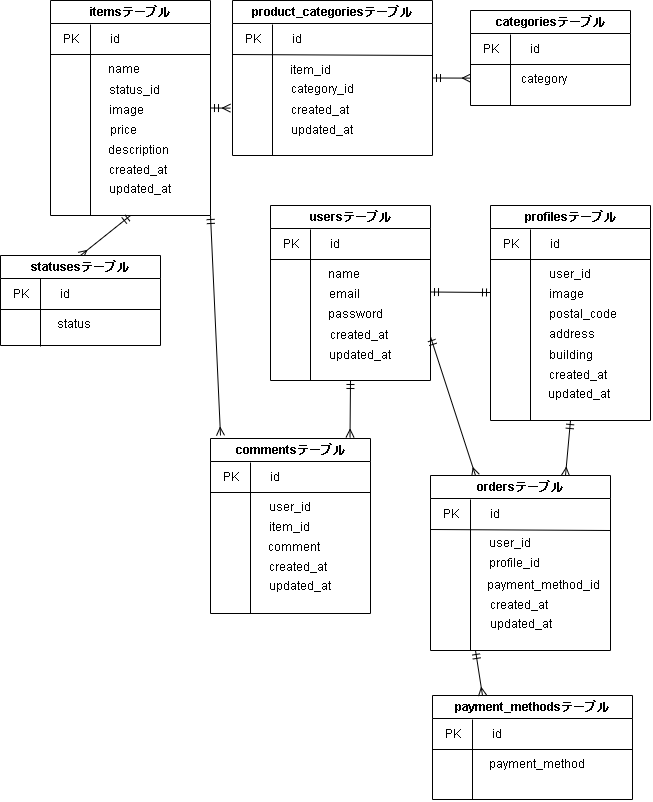
The draw.io diagram index.drawio.png in sakura693/marketplace, before a commit. Source tidied: cells renumbered, new cells last; positions are measured from the earlier drawing's top-left corner, leaving out a move shared by most shapes.
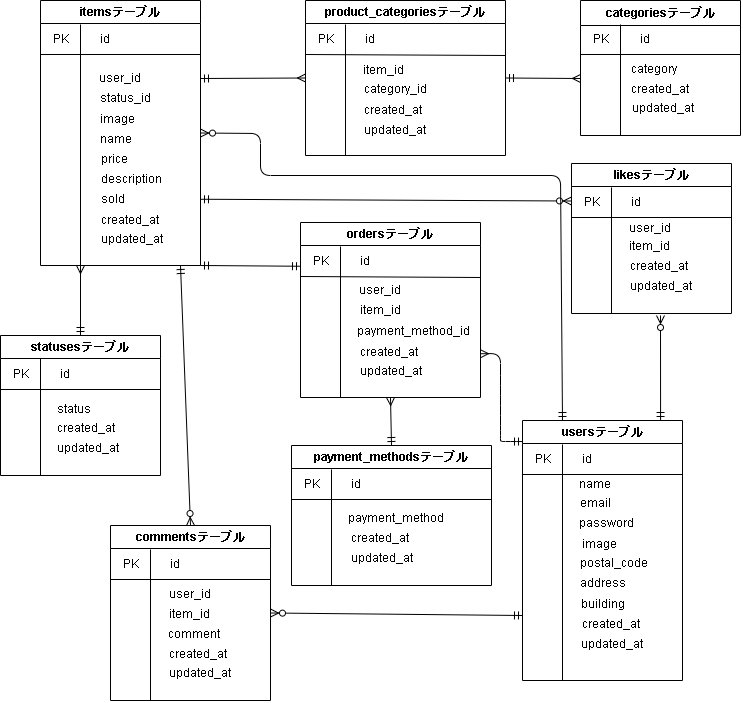
After the commit.

The edit, as a diff of the source:
```diff
@@ -4,9 +4,8 @@
     <mxCell id="1" parent="0" />
-    <mxCell id="2" style="edgeStyle=none;html=1;exitX=1;exitY=0.5;exitDx=0;exitDy=0;startArrow=ERmandOne;startFill=0;endArrow=ERmandOne;endFill=0;" parent="1" edge="1">
+    <mxCell id="2" style="edgeStyle=none;html=1;startArrow=ERmandOne;startFill=0;endArrow=ERzeroToMany;endFill=0;exitX=0.863;exitY=0;exitDx=0;exitDy=0;exitPerimeter=0;" parent="1" edge="1" source="4">
       <mxGeometry relative="1" as="geometry">
-        <mxPoint x="430" y="291.5" as="sourcePoint" />
-        <mxPoint x="490" y="292" as="targetPoint" />
+        <mxPoint x="670" y="315" as="targetPoint" />
       </mxGeometry>
     </mxCell>
-    <mxCell id="3" style="edgeStyle=none;html=1;exitX=0.5;exitY=1;exitDx=0;exitDy=0;entryX=0.872;entryY=-0.006;entryDx=0;entryDy=0;startArrow=ERmandOne;startFill=0;endArrow=ERmany;endFill=0;entryPerimeter=0;" parent="1" edge="1" source="4" target="72">
+    <mxCell id="3" style="edgeStyle=none;html=1;exitX=0;exitY=0.75;exitDx=0;exitDy=0;entryX=1;entryY=0.5;entryDx=0;entryDy=0;startArrow=ERmandOne;startFill=0;endArrow=ERzeroToMany;endFill=0;" parent="1" edge="1" source="4" target="72">
       <mxGeometry relative="1" as="geometry" />
@@ -14,3 +13,3 @@
     <mxCell id="4" value="usersテーブル" style="swimlane;whiteSpace=wrap;html=1;" parent="1" vertex="1">
-      <mxGeometry x="270" y="205" width="160" height="175" as="geometry" />
+      <mxGeometry x="532" y="420" width="160" height="260" as="geometry" />
     </mxCell>
@@ -23,3 +22,3 @@
     <mxCell id="7" value="name" style="text;html=1;strokeColor=none;fillColor=none;align=center;verticalAlign=middle;whiteSpace=wrap;rounded=0;" parent="4" vertex="1">
-      <mxGeometry x="60" y="59" width="28" height="20" as="geometry" />
+      <mxGeometry x="59" y="54" width="28" height="20" as="geometry" />
     </mxCell>
@@ -31,5 +30,4 @@
     </mxCell>
-    <mxCell id="9" style="endArrow=none;html=1;" parent="4" edge="1">
+    <mxCell id="9" style="endArrow=none;html=1;exitX=0.25;exitY=1;exitDx=0;exitDy=0;" parent="4" edge="1" source="4">
       <mxGeometry relative="1" as="geometry">
-        <mxPoint x="40" y="175" as="sourcePoint" />
         <mxPoint x="40" y="24" as="targetPoint" />
@@ -38,15 +36,27 @@
     <mxCell id="10" value="created_at" style="text;html=1;strokeColor=none;fillColor=none;align=center;verticalAlign=middle;whiteSpace=wrap;rounded=0;" parent="4" vertex="1">
-      <mxGeometry x="63" y="120" width="52" height="20" as="geometry" />
+      <mxGeometry x="63" y="194" width="52" height="20" as="geometry" />
     </mxCell>
     <mxCell id="11" value="updated_at" style="text;html=1;strokeColor=none;fillColor=none;align=center;verticalAlign=middle;whiteSpace=wrap;rounded=0;" parent="4" vertex="1">
-      <mxGeometry x="60" y="140" width="60" height="20" as="geometry" />
+      <mxGeometry x="60" y="214" width="60" height="20" as="geometry" />
     </mxCell>
     <mxCell id="12" value="password" style="text;html=1;strokeColor=none;fillColor=none;align=center;verticalAlign=middle;whiteSpace=wrap;rounded=0;" parent="4" vertex="1">
-      <mxGeometry x="60" y="99" width="50" height="20" as="geometry" />
+      <mxGeometry x="59" y="93" width="50" height="20" as="geometry" />
     </mxCell>
     <mxCell id="13" value="email" style="text;html=1;strokeColor=none;fillColor=none;align=center;verticalAlign=middle;whiteSpace=wrap;rounded=0;" parent="4" vertex="1">
-      <mxGeometry x="59" y="84" width="30" height="10" as="geometry" />
+      <mxGeometry x="57.5" y="78" width="30" height="10" as="geometry" />
     </mxCell>
+    <mxCell id="23" value="image" style="text;html=1;strokeColor=none;fillColor=none;align=center;verticalAlign=middle;whiteSpace=wrap;rounded=0;" parent="4" vertex="1">
+      <mxGeometry x="62" y="119" width="30" height="10" as="geometry" />
+    </mxCell>
+    <mxCell id="22" value="postal_code" style="text;html=1;strokeColor=none;fillColor=none;align=center;verticalAlign=middle;whiteSpace=wrap;rounded=0;" parent="4" vertex="1">
+      <mxGeometry x="57" y="133" width="70" height="20" as="geometry" />
+    </mxCell>
+    <mxCell id="24" value="address" style="text;html=1;strokeColor=none;fillColor=none;align=center;verticalAlign=middle;whiteSpace=wrap;rounded=0;" parent="4" vertex="1">
+      <mxGeometry x="56.5" y="155" width="47" height="15" as="geometry" />
+    </mxCell>
+    <mxCell id="25" value="building" style="text;html=1;strokeColor=none;fillColor=none;align=center;verticalAlign=middle;whiteSpace=wrap;rounded=0;" parent="4" vertex="1">
+      <mxGeometry x="57.5" y="174" width="45" height="20" as="geometry" />
+    </mxCell>
-    <mxCell id="14" value="profilesテーブル" style="swimlane;whiteSpace=wrap;html=1;" parent="1" vertex="1">
-      <mxGeometry x="490" y="205" width="160" height="215" as="geometry" />
+    <mxCell id="14" value="likesテーブル" style="swimlane;whiteSpace=wrap;html=1;" parent="1" vertex="1">
+      <mxGeometry x="581" y="163" width="160" height="150" as="geometry" />
     </mxCell>
@@ -59,3 +69,3 @@
     <mxCell id="17" value="user_id" style="text;html=1;strokeColor=none;fillColor=none;align=center;verticalAlign=middle;whiteSpace=wrap;rounded=0;" parent="14" vertex="1">
-      <mxGeometry x="60" y="59" width="40" height="20" as="geometry" />
+      <mxGeometry x="59" y="55" width="40" height="20" as="geometry" />
     </mxCell>
@@ -73,34 +83,37 @@
     <mxCell id="20" value="created_at" style="text;html=1;strokeColor=none;fillColor=none;align=center;verticalAlign=middle;whiteSpace=wrap;rounded=0;" parent="14" vertex="1">
-      <mxGeometry x="64" y="162" width="47" height="15" as="geometry" />
+      <mxGeometry x="64" y="95" width="47" height="15" as="geometry" />
     </mxCell>
     <mxCell id="21" value="updated_at" style="text;html=1;strokeColor=none;fillColor=none;align=center;verticalAlign=middle;whiteSpace=wrap;rounded=0;" parent="14" vertex="1">
-      <mxGeometry x="59" y="179" width="60" height="20" as="geometry" />
+      <mxGeometry x="60" y="113" width="60" height="20" as="geometry" />
     </mxCell>
-    <mxCell id="22" value="postal_code" style="text;html=1;strokeColor=none;fillColor=none;align=center;verticalAlign=middle;whiteSpace=wrap;rounded=0;" parent="14" vertex="1">
-      <mxGeometry x="58" y="99" width="70" height="20" as="geometry" />
-    </mxCell>
-    <mxCell id="23" value="image" style="text;html=1;strokeColor=none;fillColor=none;align=center;verticalAlign=middle;whiteSpace=wrap;rounded=0;" parent="14" vertex="1">
-      <mxGeometry x="61" y="84" width="30" height="10" as="geometry" />
-    </mxCell>
-    <mxCell id="24" value="address" style="text;html=1;strokeColor=none;fillColor=none;align=center;verticalAlign=middle;whiteSpace=wrap;rounded=0;" parent="14" vertex="1">
-      <mxGeometry x="58" y="121" width="47" height="15" as="geometry" />
-    </mxCell>
-    <mxCell id="25" value="building" style="text;html=1;strokeColor=none;fillColor=none;align=center;verticalAlign=middle;whiteSpace=wrap;rounded=0;" parent="14" vertex="1">
-      <mxGeometry x="58" y="140" width="45" height="20" as="geometry" />
-    </mxCell>
+    <mxCell id="92" value="item_id" style="text;html=1;strokeColor=none;fillColor=none;align=center;verticalAlign=middle;whiteSpace=wrap;rounded=0;" parent="14" vertex="1">
+      <mxGeometry x="58" y="73" width="40" height="20" as="geometry" />
+    </mxCell>
-    <mxCell id="26" style="edgeStyle=none;html=1;exitX=1;exitY=0.5;exitDx=0;exitDy=0;startArrow=ERmandOne;startFill=0;endArrow=ERmany;endFill=0;" parent="1" edge="1" source="29">
+    <mxCell id="26" style="edgeStyle=none;html=1;startArrow=ERmandOne;startFill=0;endArrow=ERmany;endFill=0;entryX=0;entryY=0.5;entryDx=0;entryDy=0;" parent="1" edge="1" target="83">
       <mxGeometry relative="1" as="geometry">
-        <mxPoint x="230" y="107.6" as="targetPoint" />
+        <mxPoint x="210" y="78" as="sourcePoint" />
       </mxGeometry>
     </mxCell>
-    <mxCell id="27" style="edgeStyle=none;html=1;exitX=0.5;exitY=1;exitDx=0;exitDy=0;entryX=0.5;entryY=0;entryDx=0;entryDy=0;startArrow=ERmandOne;startFill=0;endArrow=ERmany;endFill=0;" parent="1" edge="1" source="29" target="53">
+    <mxCell id="27" style="edgeStyle=none;html=1;entryX=0.5;entryY=0;entryDx=0;entryDy=0;startArrow=ERmany;startFill=0;endArrow=ERmandOne;endFill=0;exitX=0.25;exitY=1;exitDx=0;exitDy=0;" parent="1" edge="1" source="29" target="53">
       <mxGeometry relative="1" as="geometry" />
     </mxCell>
-    <mxCell id="28" style="edgeStyle=none;html=1;exitX=1;exitY=1;exitDx=0;exitDy=0;startArrow=ERmandOne;startFill=0;endArrow=ERmany;endFill=0;" parent="1" edge="1" source="29">
+    <mxCell id="28" style="edgeStyle=none;html=1;startArrow=ERmandOne;startFill=0;endArrow=ERzeroToMany;endFill=0;entryX=0.5;entryY=0;entryDx=0;entryDy=0;" parent="1" edge="1" target="72">
       <mxGeometry relative="1" as="geometry">
-        <mxPoint x="220" y="435" as="targetPoint" />
+        <mxPoint x="190" y="265" as="sourcePoint" />
       </mxGeometry>
     </mxCell>
+    <mxCell id="93" style="edgeStyle=none;html=1;exitX=1;exitY=0.75;exitDx=0;exitDy=0;entryX=0;entryY=0.25;entryDx=0;entryDy=0;startArrow=ERmandOne;startFill=0;endArrow=ERzeroToMany;endFill=0;" parent="1" edge="1" source="29" target="14">
+      <mxGeometry relative="1" as="geometry" />
+    </mxCell>
+    <mxCell id="94" style="edgeStyle=none;html=1;exitX=1;exitY=0.5;exitDx=0;exitDy=0;entryX=0.25;entryY=0;entryDx=0;entryDy=0;startArrow=ERzeroToMany;startFill=0;endArrow=ERmandOne;endFill=0;" parent="1" edge="1" source="29" target="4">
+      <mxGeometry relative="1" as="geometry">
+        <Array as="points">
+          <mxPoint x="270" y="133" />
+          <mxPoint x="270" y="175" />
+          <mxPoint x="570" y="175" />
+        </Array>
+      </mxGeometry>
+    </mxCell>
     <mxCell id="29" value="itemsテーブル" style="swimlane;whiteSpace=wrap;html=1;" parent="1" vertex="1">
-      <mxGeometry x="50" width="160" height="215" as="geometry" />
+      <mxGeometry x="50" width="160" height="265" as="geometry" />
     </mxCell>
@@ -113,3 +126,3 @@
     <mxCell id="32" value="name" style="text;html=1;strokeColor=none;fillColor=none;align=center;verticalAlign=middle;whiteSpace=wrap;rounded=0;" parent="29" vertex="1">
-      <mxGeometry x="60" y="59" width="28" height="20" as="geometry" />
+      <mxGeometry x="62" y="129" width="28" height="20" as="geometry" />
     </mxCell>
@@ -127,21 +140,27 @@
     <mxCell id="35" value="created_at" style="text;html=1;strokeColor=none;fillColor=none;align=center;verticalAlign=middle;whiteSpace=wrap;rounded=0;" parent="29" vertex="1">
-      <mxGeometry x="62" y="160" width="52" height="20" as="geometry" />
+      <mxGeometry x="64" y="210" width="52" height="20" as="geometry" />
     </mxCell>
     <mxCell id="36" value="updated_at" style="text;html=1;strokeColor=none;fillColor=none;align=center;verticalAlign=middle;whiteSpace=wrap;rounded=0;" parent="29" vertex="1">
-      <mxGeometry x="60" y="178.5" width="60" height="20" as="geometry" />
+      <mxGeometry x="62" y="228.5" width="60" height="20" as="geometry" />
     </mxCell>
     <mxCell id="37" value="description" style="text;html=1;strokeColor=none;fillColor=none;align=center;verticalAlign=middle;whiteSpace=wrap;rounded=0;" parent="29" vertex="1">
-      <mxGeometry x="63" y="140" width="50" height="20" as="geometry" />
+      <mxGeometry x="66" y="169" width="50" height="20" as="geometry" />
     </mxCell>
     <mxCell id="38" value="price" style="text;html=1;strokeColor=none;fillColor=none;align=center;verticalAlign=middle;whiteSpace=wrap;rounded=0;" parent="29" vertex="1">
-      <mxGeometry x="58" y="125" width="30" height="10" as="geometry" />
+      <mxGeometry x="59" y="154" width="30" height="10" as="geometry" />
     </mxCell>
     <mxCell id="39" value="status_id" style="text;html=1;strokeColor=none;fillColor=none;align=center;verticalAlign=middle;whiteSpace=wrap;rounded=0;" parent="29" vertex="1">
-      <mxGeometry x="59" y="80" width="50" height="20" as="geometry" />
+      <mxGeometry x="60" y="88" width="50" height="20" as="geometry" />
     </mxCell>
     <mxCell id="40" value="image" style="text;html=1;strokeColor=none;fillColor=none;align=center;verticalAlign=middle;whiteSpace=wrap;rounded=0;" parent="29" vertex="1">
-      <mxGeometry x="61" y="105" width="30" height="10" as="geometry" />
+      <mxGeometry x="62" y="114" width="30" height="10" as="geometry" />
     </mxCell>
+    <mxCell id="95" value="user_id" style="text;html=1;strokeColor=none;fillColor=none;align=center;verticalAlign=middle;whiteSpace=wrap;rounded=0;" parent="29" vertex="1">
+      <mxGeometry x="60" y="68" width="40" height="20" as="geometry" />
+    </mxCell>
+    <mxCell id="96" value="sold" style="text;html=1;strokeColor=none;fillColor=none;align=center;verticalAlign=middle;whiteSpace=wrap;rounded=0;" parent="29" vertex="1">
+      <mxGeometry x="63" y="189" width="20" height="20" as="geometry" />
+    </mxCell>
-    <mxCell id="41" value="categoriesテーブル" style="swimlane;whiteSpace=wrap;html=1;" parent="1" vertex="1">
-      <mxGeometry x="470" y="10" width="160" height="95" as="geometry" />
+    <mxCell id="41" value="categoriesテーブル" style="swimlane;whiteSpace=wrap;html=1;startSize=25;" parent="1" vertex="1">
+      <mxGeometry x="590" width="160" height="135" as="geometry" />
     </mxCell>
@@ -162,5 +181,4 @@
     </mxCell>
-    <mxCell id="46" style="endArrow=none;html=1;" parent="41" edge="1">
+    <mxCell id="46" style="endArrow=none;html=1;exitX=0.25;exitY=1;exitDx=0;exitDy=0;" parent="41" edge="1" source="41">
       <mxGeometry relative="1" as="geometry">
-        <mxPoint x="40" y="95" as="sourcePoint" />
         <mxPoint x="40" y="24" as="targetPoint" />
@@ -168,4 +186,10 @@
     </mxCell>
+    <mxCell id="97" value="updated_at" style="text;html=1;strokeColor=none;fillColor=none;align=center;verticalAlign=middle;whiteSpace=wrap;rounded=0;" parent="41" vertex="1">
+      <mxGeometry x="53" y="94" width="60" height="28" as="geometry" />
+    </mxCell>
+    <mxCell id="98" value="created_at" style="text;html=1;strokeColor=none;fillColor=none;align=center;verticalAlign=middle;whiteSpace=wrap;rounded=0;" parent="41" vertex="1">
+      <mxGeometry x="55.5" y="81" width="47" height="15" as="geometry" />
+    </mxCell>
     <mxCell id="47" value="payment_methodsテーブル" style="swimlane;whiteSpace=wrap;html=1;" parent="1" vertex="1">
-      <mxGeometry x="432" y="695" width="200" height="104" as="geometry" />
+      <mxGeometry x="301" y="445" width="200" height="140" as="geometry" />
     </mxCell>
@@ -178,3 +202,3 @@
     <mxCell id="50" value="payment_method" style="text;html=1;strokeColor=none;fillColor=none;align=center;verticalAlign=middle;whiteSpace=wrap;rounded=0;" parent="47" vertex="1">
-      <mxGeometry x="60" y="59" width="90" height="20" as="geometry" />
+      <mxGeometry x="60" y="63" width="90" height="20" as="geometry" />
     </mxCell>
@@ -188,3 +212,3 @@
       <mxGeometry relative="1" as="geometry">
-        <mxPoint x="40" y="104" as="sourcePoint" />
+        <mxPoint x="40" y="140" as="sourcePoint" />
         <mxPoint x="40" y="24" as="targetPoint" />
@@ -192,4 +216,10 @@
     </mxCell>
+    <mxCell id="99" value="created_at" style="text;html=1;strokeColor=none;fillColor=none;align=center;verticalAlign=middle;whiteSpace=wrap;rounded=0;" parent="47" vertex="1">
+      <mxGeometry x="65" y="85" width="47" height="15" as="geometry" />
+    </mxCell>
+    <mxCell id="100" value="updated_at" style="text;html=1;strokeColor=none;fillColor=none;align=center;verticalAlign=middle;whiteSpace=wrap;rounded=0;" parent="47" vertex="1">
+      <mxGeometry x="61" y="103" width="60" height="20" as="geometry" />
+    </mxCell>
     <mxCell id="53" value="statusesテーブル" style="swimlane;whiteSpace=wrap;html=1;" parent="1" vertex="1">
-      <mxGeometry y="255" width="160" height="90" as="geometry" />
+      <mxGeometry x="10" y="335" width="160" height="140" as="geometry" />
     </mxCell>
@@ -202,3 +232,3 @@
     <mxCell id="56" value="status" style="text;html=1;strokeColor=none;fillColor=none;align=center;verticalAlign=middle;whiteSpace=wrap;rounded=0;" parent="53" vertex="1">
-      <mxGeometry x="60" y="59" width="28" height="20" as="geometry" />
+      <mxGeometry x="60" y="64" width="28" height="20" as="geometry" />
     </mxCell>
@@ -210,5 +240,4 @@
     </mxCell>
-    <mxCell id="58" style="endArrow=none;html=1;" parent="53" edge="1">
+    <mxCell id="58" style="endArrow=none;html=1;exitX=0.25;exitY=1;exitDx=0;exitDy=0;" parent="53" edge="1" source="53">
       <mxGeometry relative="1" as="geometry">
-        <mxPoint x="40" y="91" as="sourcePoint" />
         <mxPoint x="40" y="23" as="targetPoint" />
@@ -216,13 +245,30 @@
     </mxCell>
+    <mxCell id="101" value="created_at" style="text;html=1;strokeColor=none;fillColor=none;align=center;verticalAlign=middle;whiteSpace=wrap;rounded=0;" parent="53" vertex="1">
+      <mxGeometry x="60" y="83" width="52" height="20" as="geometry" />
+    </mxCell>
+    <mxCell id="102" value="updated_at" style="text;html=1;strokeColor=none;fillColor=none;align=center;verticalAlign=middle;whiteSpace=wrap;rounded=0;" parent="53" vertex="1">
+      <mxGeometry x="58" y="103" width="60" height="20" as="geometry" />
+    </mxCell>
-    <mxCell id="59" style="edgeStyle=none;html=1;exitX=0.25;exitY=0;exitDx=0;exitDy=0;entryX=1;entryY=0.75;entryDx=0;entryDy=0;startArrow=ERmany;startFill=0;endArrow=ERmandOne;endFill=0;" parent="1" edge="1" source="62" target="4">
-      <mxGeometry relative="1" as="geometry" />
+    <mxCell id="59" style="edgeStyle=none;html=1;exitX=1;exitY=0.75;exitDx=0;exitDy=0;entryX=0;entryY=0.081;entryDx=0;entryDy=0;startArrow=ERmany;startFill=0;endArrow=ERmandOne;endFill=0;entryPerimeter=0;" parent="1" edge="1" source="62" target="4">
+      <mxGeometry relative="1" as="geometry">
+        <Array as="points">
+          <mxPoint x="510" y="353" />
+          <mxPoint x="510" y="385" />
+          <mxPoint x="510" y="415" />
+          <mxPoint x="510" y="435" />
+          <mxPoint x="510" y="441" />
+          <mxPoint x="520" y="441" />
+        </Array>
+      </mxGeometry>
     </mxCell>
-    <mxCell id="60" style="edgeStyle=none;html=1;exitX=0.75;exitY=0;exitDx=0;exitDy=0;startArrow=ERmany;startFill=0;endArrow=ERmandOne;endFill=0;entryX=0.5;entryY=1;entryDx=0;entryDy=0;" parent="1" edge="1" source="62" target="14">
-      <mxGeometry relative="1" as="geometry" />
-    </mxCell>
-    <mxCell id="61" style="edgeStyle=none;html=1;exitX=0.25;exitY=1;exitDx=0;exitDy=0;entryX=0.25;entryY=0;entryDx=0;entryDy=0;startArrow=ERmandOne;startFill=0;endArrow=ERmany;endFill=0;" parent="1" edge="1" source="62" target="47">
+    <mxCell id="61" style="edgeStyle=none;html=1;entryX=0.5;entryY=0;entryDx=0;entryDy=0;startArrow=ERmany;startFill=0;endArrow=ERmandOne;endFill=0;exitX=0.5;exitY=1;exitDx=0;exitDy=0;" parent="1" edge="1" source="62" target="47">
       <mxGeometry relative="1" as="geometry" />
     </mxCell>
+    <mxCell id="103" style="edgeStyle=none;html=1;exitX=0;exitY=0.25;exitDx=0;exitDy=0;startArrow=ERmandOne;startFill=0;endArrow=ERmandOne;endFill=0;" parent="1" edge="1" source="62">
+      <mxGeometry relative="1" as="geometry">
+        <mxPoint x="210" y="265" as="targetPoint" />
+      </mxGeometry>
+    </mxCell>
     <mxCell id="62" value="ordersテーブル" style="swimlane;whiteSpace=wrap;html=1;" parent="1" vertex="1">
-      <mxGeometry x="430" y="475" width="180" height="175" as="geometry" />
+      <mxGeometry x="310" y="222" width="180" height="175" as="geometry" />
     </mxCell>
@@ -258,7 +304,7 @@
     </mxCell>
-    <mxCell id="71" value="profile_id" style="text;html=1;strokeColor=none;fillColor=none;align=center;verticalAlign=middle;whiteSpace=wrap;rounded=0;" parent="62" vertex="1">
-      <mxGeometry x="59" y="80" width="51" height="16" as="geometry" />
+    <mxCell id="71" value="item_id" style="text;html=1;strokeColor=none;fillColor=none;align=center;verticalAlign=middle;whiteSpace=wrap;rounded=0;" parent="62" vertex="1">
+      <mxGeometry x="55" y="80" width="51" height="16" as="geometry" />
     </mxCell>
     <mxCell id="72" value="commentsテーブル" style="swimlane;whiteSpace=wrap;html=1;" parent="1" vertex="1">
-      <mxGeometry x="210" y="438" width="160" height="175" as="geometry" />
+      <mxGeometry x="120" y="525" width="160" height="175" as="geometry" />
     </mxCell>
@@ -299,3 +345,3 @@
       <mxGeometry relative="1" as="geometry">
-        <mxPoint x="470" y="77.6" as="targetPoint" />
+        <mxPoint x="590" y="78" as="targetPoint" />
       </mxGeometry>
@@ -303,3 +349,3 @@
     <mxCell id="83" value="product_categoriesテーブル" style="swimlane;whiteSpace=wrap;html=1;" parent="1" vertex="1">
-      <mxGeometry x="232" width="200" height="155" as="geometry" />
+      <mxGeometry x="315" width="200" height="155" as="geometry" />
     </mxCell>
```
